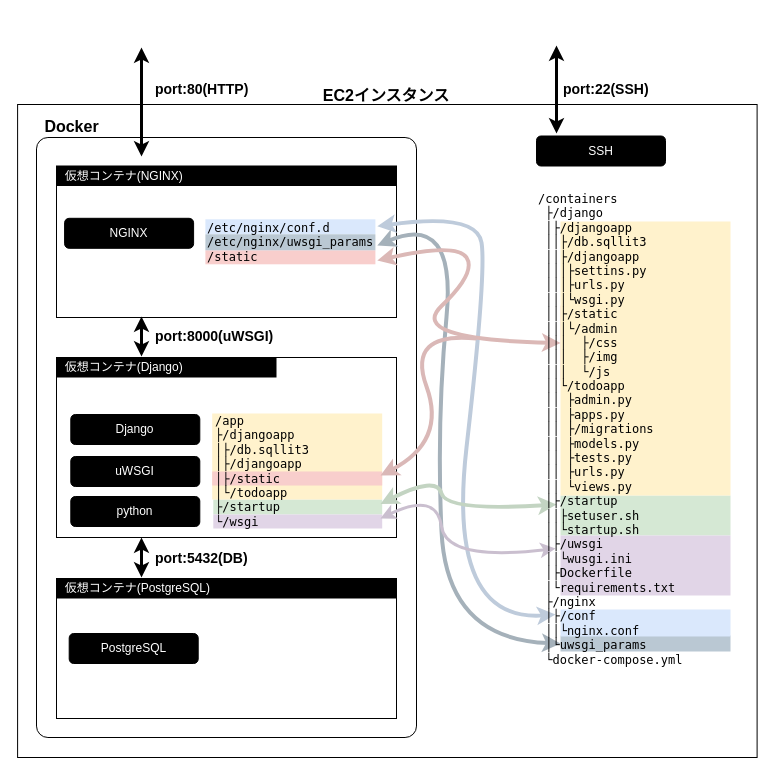
Before: AWS研修_EC2イメージ図.drawio in reizo0901/Doc, a draw.io diagram. Source tidied: cells renumbered, new cells numbered last; positions are measured from the earlier drawing's top-left corner, leaving out a move shared by most shapes. Both pictures are drawn from the tidied source at 100%, with x=0, y=0 at pixel (17, 45).
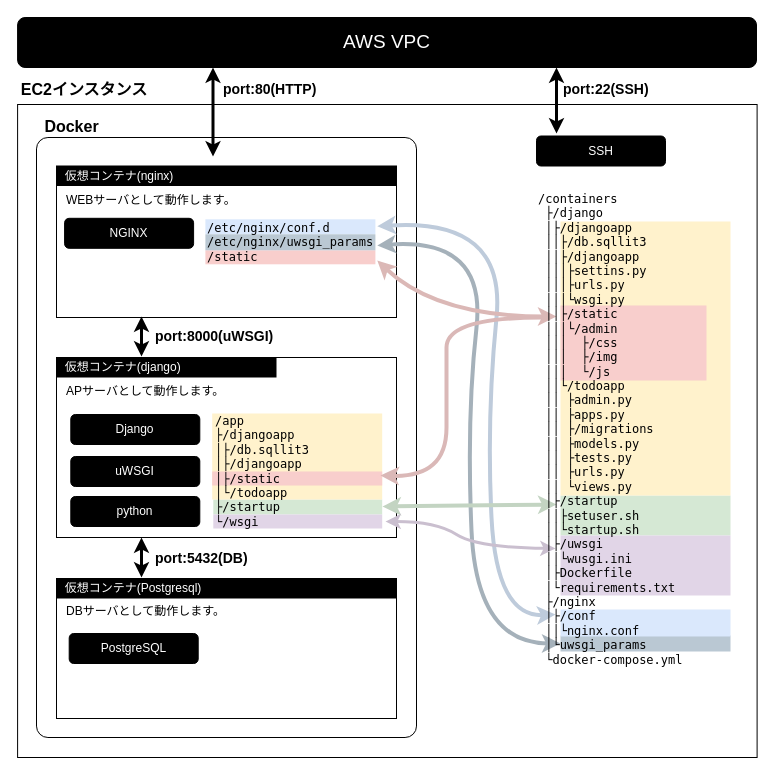
The same diagram, later.

Commit message (it also covers changes not shown here):
AWS研修_EC2イメージ図.drawio を更新します

The change refers to these unchanged cells:
```xml
<mxCell id="40" style="rounded=0;whiteSpace=wrap;html=1;labelBackgroundColor=#CCE5FF;noLabel=1;fillColor=#bac8d3;strokeColor=none;" parent="39" vertex="1">
  <mxGeometry y="414" width="170" height="16" as="geometry" />
</mxCell>
```

Diff of the diagram source:
```diff
@@
-    <mxCell id="5" value="&amp;nbsp; 仮想コンテナ(NGINX)" style="text;html=1;strokeColor=none;fillColor=#000000;align=left;verticalAlign=middle;whiteSpace=wrap;rounded=0;fontSize=12;fontStyle=0;fontColor=#FFFFFF;" parent="1" vertex="1">
+    <mxCell id="5" value="&amp;nbsp; 仮想コンテナ(nginx)" style="text;html=1;strokeColor=none;fillColor=#000000;align=left;verticalAlign=middle;whiteSpace=wrap;rounded=0;fontSize=12;fontStyle=0;fontColor=#FFFFFF;" parent="1" vertex="1">
       <mxGeometry x="39" y="120.5" width="340" height="20" as="geometry" />
     </mxCell>
@@
-    <mxCell id="15" value="&amp;nbsp; 仮想コンテナ(PostgreSQL)" style="text;html=1;strokeColor=none;fillColor=#000000;align=left;verticalAlign=middle;whiteSpace=wrap;rounded=0;fontSize=12;fontStyle=0;fontColor=#FFFFFF;" parent="1" vertex="1">
+    <mxCell id="15" value="&amp;nbsp; 仮想コンテナ(Postgresql)" style="text;html=1;strokeColor=none;fillColor=#000000;align=left;verticalAlign=middle;whiteSpace=wrap;rounded=0;fontSize=12;fontStyle=0;fontColor=#FFFFFF;" parent="1" vertex="1">
       <mxGeometry x="39" y="533" width="340" height="20" as="geometry" />
     </mxCell>
-    <mxCell id="16" value="&amp;nbsp; 仮想コンテナ(Django)" style="text;html=1;strokeColor=none;fillColor=#000000;align=left;verticalAlign=middle;whiteSpace=wrap;rounded=0;fontSize=12;fontStyle=0;fontColor=#FFFFFF;" parent="1" vertex="1">
+    <mxCell id="16" value="&amp;nbsp; 仮想コンテナ(django)" style="text;html=1;strokeColor=none;fillColor=#000000;align=left;verticalAlign=middle;whiteSpace=wrap;rounded=0;fontSize=12;fontStyle=0;fontColor=#FFFFFF;" parent="1" vertex="1">
       <mxGeometry x="39" y="312" width="220" height="20" as="geometry" />
     </mxCell>
@@
-    <mxCell id="24" style="rounded=0;whiteSpace=wrap;html=1;labelBackgroundColor=#CCE5FF;noLabel=1;fillColor=#f8cecc;strokeColor=none;" parent="1" vertex="1">
-      <mxGeometry x="543" y="260" width="146" height="75" as="geometry" />
-    </mxCell>
     <mxCell id="25" value="EC2インスタンス" style="text;html=1;strokeColor=none;fillColor=none;align=center;verticalAlign=middle;whiteSpace=wrap;rounded=0;fontStyle=1;fontColor=#000000;fontSize=16;" parent="1" vertex="1">
-      <mxGeometry x="302.3" y="35" width="134.4" height="30" as="geometry" />
+      <mxGeometry x="0.1" y="29" width="134.4" height="30" as="geometry" />
     </mxCell>
@@
     <mxCell id="33" style="curved=1;endArrow=classic;html=1;rounded=0;exitX=0;exitY=0.5;exitDx=0;exitDy=0;entryX=1;entryY=0.5;entryDx=0;entryDy=0;strokeColor=#A5B1BA;strokeWidth=4;startArrow=classic;startFill=1;" parent="1" edge="1" source="40">
       <mxGeometry relative="1" as="geometry">
         <mxPoint x="359.8" y="200" as="targetPoint" />
         <Array as="points">
-          <mxPoint x="429" y="594" />
-          <mxPoint x="419" y="377" />
-          <mxPoint x="439" y="166" />
+          <mxPoint x="459" y="598" />
+          <mxPoint x="449" y="372" />
+          <mxPoint x="469" y="192" />
         </Array>
       </mxGeometry>
     </mxCell>
     <mxCell id="34" style="curved=1;endArrow=classic;html=1;rounded=0;entryX=1;entryY=0.25;entryDx=0;entryDy=0;strokeColor=#BECBDB;strokeWidth=4;startArrow=classic;startFill=1;" parent="1" edge="1">
       <mxGeometry relative="1" as="geometry">
         <mxPoint x="538" y="569" as="sourcePoint" />
         <mxPoint x="359.8" y="180.8" as="targetPoint" />
         <Array as="points">
-          <mxPoint x="429" y="577" />
-          <mxPoint x="469" y="227" />
-          <mxPoint x="459" y="167" />
+          <mxPoint x="479" y="572" />
+          <mxPoint x="469" y="372" />
+          <mxPoint x="489" y="172" />
         </Array>
       </mxGeometry>
     </mxCell>
-    <mxCell id="35" style="curved=1;endArrow=classic;html=1;rounded=0;exitX=0;exitY=0.5;exitDx=0;exitDy=0;entryX=1;entryY=0.5;entryDx=0;entryDy=0;strokeColor=#DBB8B6;strokeWidth=4;startArrow=classic;startFill=1;" parent="1" edge="1" source="24">
+    <mxCell id="35" style="curved=1;endArrow=classic;html=1;rounded=0;entryX=1;entryY=0.5;entryDx=0;entryDy=0;strokeColor=#DBB8B6;strokeWidth=4;startArrow=classic;startFill=1;" parent="1" edge="1">
       <mxGeometry relative="1" as="geometry">
+        <mxPoint x="539" y="271" as="sourcePoint" />
         <mxPoint x="359.8" y="215" as="targetPoint" />
         <Array as="points">
-          <mxPoint x="389" y="294" />
-          <mxPoint x="459" y="227" />
-          <mxPoint x="439" y="197" />
+          <mxPoint x="419" y="271" />
         </Array>
       </mxGeometry>
     </mxCell>
     <mxCell id="36" style="curved=1;endArrow=classic;html=1;rounded=0;entryX=1;entryY=0.5;entryDx=0;entryDy=0;strokeColor=#dab8b7;strokeWidth=4;" parent="1" edge="1">
       <mxGeometry relative="1" as="geometry">
-        <mxPoint x="459" y="293" as="sourcePoint" />
+        <mxPoint x="525" y="272" as="sourcePoint" />
         <mxPoint x="363" y="430" as="targetPoint" />
         <Array as="points">
-          <mxPoint x="389" y="286" />
-          <mxPoint x="429" y="396" />
+          <mxPoint x="429" y="272" />
+          <mxPoint x="429" y="332" />
+          <mxPoint x="429" y="432" />
         </Array>
       </mxGeometry>
     </mxCell>
-    <mxCell id="37" style="curved=1;endArrow=classic;html=1;rounded=0;entryX=1;entryY=0.5;entryDx=0;entryDy=0;strokeColor=#C3D4C2;strokeWidth=4;startArrow=classic;startFill=1;" parent="1" edge="1">
+    <mxCell id="37" style="curved=1;endArrow=classic;html=1;rounded=0;strokeColor=#C3D4C2;strokeWidth=4;startArrow=classic;startFill=1;" parent="1" edge="1">
       <mxGeometry relative="1" as="geometry">
         <mxPoint x="539" y="459" as="sourcePoint" />
-        <mxPoint x="363" y="458.5" as="targetPoint" />
-        <Array as="points">
-          <mxPoint x="429" y="466" />
-          <mxPoint x="419" y="430" />
-        </Array>
+        <mxPoint x="365" y="461" as="targetPoint" />
       </mxGeometry>
     </mxCell>
-    <mxCell id="38" style="curved=1;endArrow=classic;html=1;rounded=0;entryX=1;entryY=0.5;entryDx=0;entryDy=0;strokeColor=#CABFCF;strokeWidth=3;startArrow=classic;startFill=1;endFill=1;" parent="1" edge="1">
+    <mxCell id="38" style="curved=1;endArrow=classic;html=1;rounded=0;strokeColor=#CABFCF;strokeWidth=3;startArrow=classic;startFill=1;endFill=1;" parent="1" edge="1">
       <mxGeometry relative="1" as="geometry">
         <mxPoint x="538" y="503" as="sourcePoint" />
-        <mxPoint x="363" y="473" as="targetPoint" />
+        <mxPoint x="368" y="476" as="targetPoint" />
         <Array as="points">
-          <mxPoint x="429" y="516" />
-          <mxPoint x="419" y="446" />
+          <mxPoint x="459" y="502" />
+          <mxPoint x="419" y="476" />
         </Array>
       </mxGeometry>
     </mxCell>
@@
-    <mxCell id="44" value="&lt;div&gt;/containers&lt;/div&gt;&lt;div&gt;&amp;nbsp;├/django&lt;/div&gt;&amp;nbsp;│├/djangoapp&lt;br&gt;&amp;nbsp;││├/db.sqllit3&lt;br&gt;&amp;nbsp;││├/djangoapp&lt;br style=&quot;border-color: var(--border-color);&quot;&gt;&amp;nbsp;│││├settins.py&lt;br style=&quot;border-color: var(--border-color);&quot;&gt;&amp;nbsp;│││├urls.py&lt;br style=&quot;border-color: var(--border-color);&quot;&gt;&amp;nbsp;│││└wsgi.py&lt;br&gt;&amp;nbsp;││├/static&lt;br&gt;&amp;nbsp;│││└/admin&lt;br style=&quot;border-color: var(--border-color);&quot;&gt;&amp;nbsp;│││&amp;nbsp; ├/css&lt;br style=&quot;border-color: var(--border-color);&quot;&gt;&amp;nbsp;│││&amp;nbsp; ├/img&lt;br style=&quot;border-color: var(--border-color);&quot;&gt;&amp;nbsp;│││&amp;nbsp; └/js&lt;br&gt;&amp;nbsp;││└/todoapp&lt;br&gt;&amp;nbsp;││ ├admin.py&lt;br&gt;&amp;nbsp;││ ├apps.py&lt;br&gt;&amp;nbsp;││ ├/migrations&lt;br&gt;&amp;nbsp;││ ├models.py&lt;br&gt;&amp;nbsp;││ ├tests.py&lt;br style=&quot;border-color: var(--border-color);&quot;&gt;&amp;nbsp;││ ├urls.py&lt;br style=&quot;border-color: var(--border-color);&quot;&gt;&amp;nbsp;││ └views.py&lt;br&gt;&lt;div&gt;&amp;nbsp;│├/startup&lt;/div&gt;&lt;div&gt;&amp;nbsp;││├setuser.sh&lt;/div&gt;&lt;div&gt;&amp;nbsp;││└startup.sh&lt;/div&gt;&lt;div&gt;&amp;nbsp;│├/uwsgi&lt;/div&gt;&lt;div&gt;&amp;nbsp;││└wusgi.ini&lt;/div&gt;&lt;div&gt;&amp;nbsp;│├Dockerfile&lt;/div&gt;&lt;div&gt;&amp;nbsp;│└requirements.txt&lt;/div&gt;&lt;div&gt;&amp;nbsp;├/nginx&lt;/div&gt;&lt;div&gt;&amp;nbsp;│├/conf&lt;/div&gt;&lt;div&gt;&amp;nbsp;││└nginx.conf&lt;/div&gt;&lt;div&gt;&lt;span style=&quot;background-color: initial;&quot;&gt;&amp;nbsp;│└uwsgi_params&lt;/span&gt;&lt;/div&gt;&lt;div&gt;&amp;nbsp;└docker-compose.yml&lt;/div&gt;" style="text;html=1;strokeColor=none;fillColor=none;align=left;verticalAlign=top;whiteSpace=wrap;rounded=0;fontFamily=Lucida Console;" parent="1" vertex="1">
-      <mxGeometry x="519" y="140" width="200" height="491" as="geometry" />
-    </mxCell>
     <mxCell id="45" style="endArrow=classic;startArrow=classic;html=1;rounded=0;strokeWidth=3;" parent="1" edge="1">
       <mxGeometry relative="1" as="geometry">
         <mxPoint x="539" y="88" as="sourcePoint" />
-        <mxPoint x="539" as="targetPoint" />
+        <mxPoint x="539" y="22" as="targetPoint" />
       </mxGeometry>
     </mxCell>
@@
     <mxCell id="47" style="endArrow=classic;startArrow=classic;html=1;rounded=0;exitX=0.25;exitY=0;exitDx=0;exitDy=0;strokeWidth=3;" parent="1" edge="1">
       <mxGeometry relative="1" as="geometry">
-        <mxPoint x="124" y="111" as="sourcePoint" />
-        <mxPoint x="124" y="2" as="targetPoint" />
+        <mxPoint x="195.5" y="111" as="sourcePoint" />
+        <mxPoint x="195.5" y="22" as="targetPoint" />
       </mxGeometry>
     </mxCell>
     <mxCell id="48" value="port:80(HTTP)" style="text;html=1;strokeColor=none;fillColor=none;align=left;verticalAlign=middle;whiteSpace=wrap;rounded=0;fontSize=14;fontStyle=1;" parent="1" vertex="1">
-      <mxGeometry x="136" y="29" width="113" height="30" as="geometry" />
+      <mxGeometry x="204" y="29" width="113" height="30" as="geometry" />
     </mxCell>
@@
+    <mxCell id="24" style="rounded=0;whiteSpace=wrap;html=1;labelBackgroundColor=#CCE5FF;noLabel=1;fillColor=#f8cecc;strokeColor=none;" parent="1" vertex="1">
+      <mxGeometry x="543" y="260" width="146" height="75" as="geometry" />
+    </mxCell>
+    <mxCell id="44" value="&lt;div&gt;/containers&lt;/div&gt;&lt;div&gt;&amp;nbsp;├/django&lt;/div&gt;&amp;nbsp;│├/djangoapp&lt;br&gt;&amp;nbsp;││├/db.sqllit3&lt;br&gt;&amp;nbsp;││├/djangoapp&lt;br style=&quot;border-color: var(--border-color);&quot;&gt;&amp;nbsp;│││├settins.py&lt;br style=&quot;border-color: var(--border-color);&quot;&gt;&amp;nbsp;│││├urls.py&lt;br style=&quot;border-color: var(--border-color);&quot;&gt;&amp;nbsp;│││└wsgi.py&lt;br&gt;&amp;nbsp;││├/static&lt;br&gt;&amp;nbsp;│││└/admin&lt;br style=&quot;border-color: var(--border-color);&quot;&gt;&amp;nbsp;│││&amp;nbsp; ├/css&lt;br style=&quot;border-color: var(--border-color);&quot;&gt;&amp;nbsp;│││&amp;nbsp; ├/img&lt;br style=&quot;border-color: var(--border-color);&quot;&gt;&amp;nbsp;│││&amp;nbsp; └/js&lt;br&gt;&amp;nbsp;││└/todoapp&lt;br&gt;&amp;nbsp;││ ├admin.py&lt;br&gt;&amp;nbsp;││ ├apps.py&lt;br&gt;&amp;nbsp;││ ├/migrations&lt;br&gt;&amp;nbsp;││ ├models.py&lt;br&gt;&amp;nbsp;││ ├tests.py&lt;br style=&quot;border-color: var(--border-color);&quot;&gt;&amp;nbsp;││ ├urls.py&lt;br style=&quot;border-color: var(--border-color);&quot;&gt;&amp;nbsp;││ └views.py&lt;br&gt;&lt;div&gt;&amp;nbsp;│├/startup&lt;/div&gt;&lt;div&gt;&amp;nbsp;││├setuser.sh&lt;/div&gt;&lt;div&gt;&amp;nbsp;││└startup.sh&lt;/div&gt;&lt;div&gt;&amp;nbsp;│├/uwsgi&lt;/div&gt;&lt;div&gt;&amp;nbsp;││└wusgi.ini&lt;/div&gt;&lt;div&gt;&amp;nbsp;│├Dockerfile&lt;/div&gt;&lt;div&gt;&amp;nbsp;│└requirements.txt&lt;/div&gt;&lt;div&gt;&amp;nbsp;├/nginx&lt;/div&gt;&lt;div&gt;&amp;nbsp;│├/conf&lt;/div&gt;&lt;div&gt;&amp;nbsp;││└nginx.conf&lt;/div&gt;&lt;div&gt;&lt;span style=&quot;background-color: initial;&quot;&gt;&amp;nbsp;│└uwsgi_params&lt;/span&gt;&lt;/div&gt;&lt;div&gt;&amp;nbsp;└docker-compose.yml&lt;/div&gt;" style="text;html=1;strokeColor=none;fillColor=none;align=left;verticalAlign=top;whiteSpace=wrap;rounded=0;fontFamily=Lucida Console;" parent="1" vertex="1">
+      <mxGeometry x="519" y="140" width="200" height="491" as="geometry" />
+    </mxCell>
+    <mxCell id="50" value="WEBサーバとして動作します。" style="text;html=1;strokeColor=none;fillColor=none;align=left;verticalAlign=top;whiteSpace=wrap;rounded=0;" parent="1" vertex="1">
+      <mxGeometry x="47.1" y="140.5" width="250" height="30" as="geometry" />
+    </mxCell>
+    <mxCell id="51" value="APサーバとして動作します。" style="text;html=1;strokeColor=none;fillColor=none;align=left;verticalAlign=top;whiteSpace=wrap;rounded=0;" parent="1" vertex="1">
+      <mxGeometry x="47.1" y="332" width="250" height="30" as="geometry" />
+    </mxCell>
+    <mxCell id="52" value="DBサーバとして動作します。" style="text;html=1;strokeColor=none;fillColor=none;align=left;verticalAlign=top;whiteSpace=wrap;rounded=0;" parent="1" vertex="1">
+      <mxGeometry x="47.1" y="552" width="250" height="30" as="geometry" />
+    </mxCell>
+    <mxCell id="53" value="AWS VPC" style="rounded=1;whiteSpace=wrap;html=1;fillColor=#000000;fontColor=#FFFFFF;fontSize=19;" parent="1" vertex="1">
+      <mxGeometry x="0.1" y="-28" width="738.9" height="50" as="geometry" />
+    </mxCell>
```
